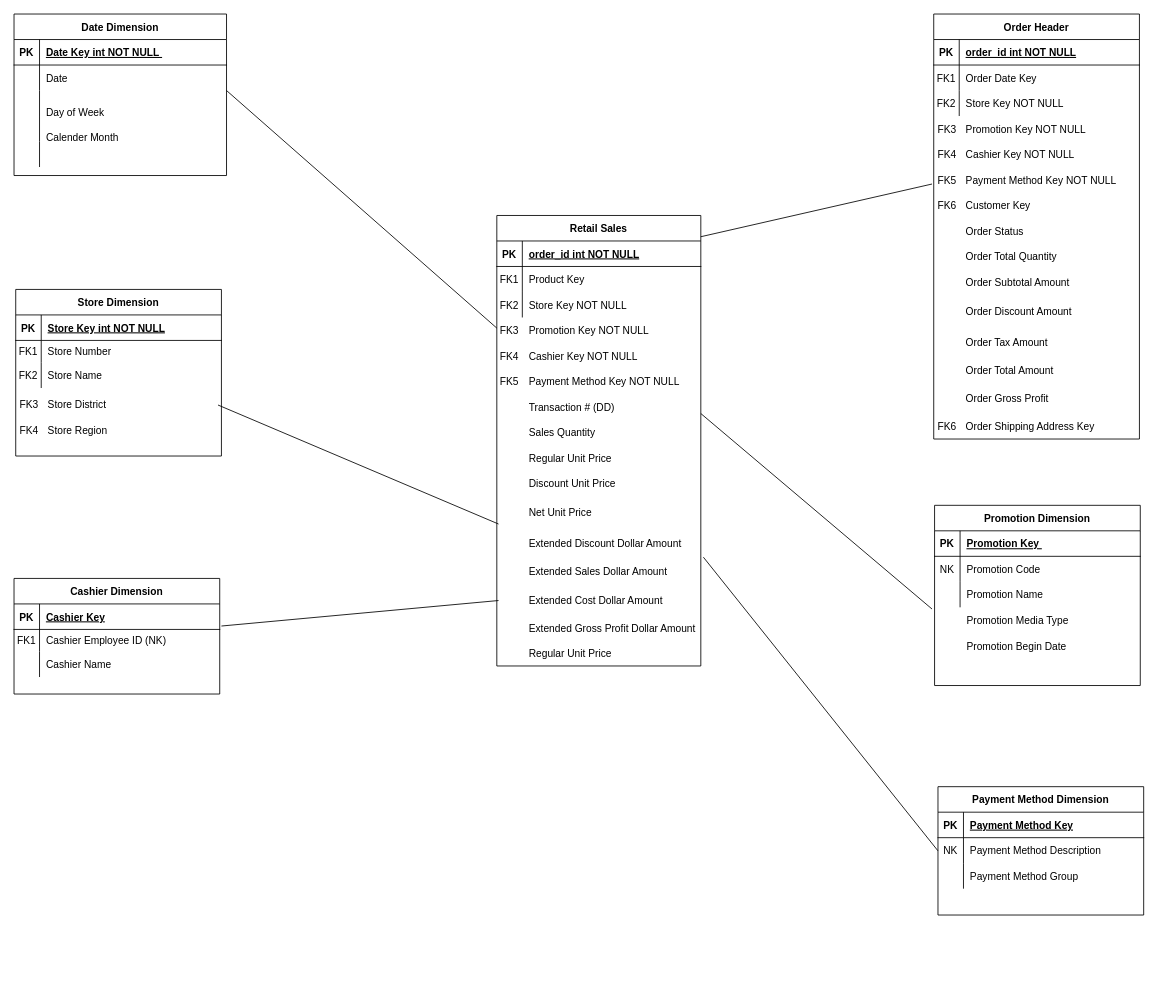
Above: Untitled Diagram.drawio in mannny29/demo (draw.io), before the change. Source tidied: cells renumbered, new cells numbered last; positions are measured from the earlier drawing's top-left corner, leaving out a move shared by most shapes. Both pictures are drawn from the tidied source at 85%, with x=0, y=0 at pixel (14, 14).
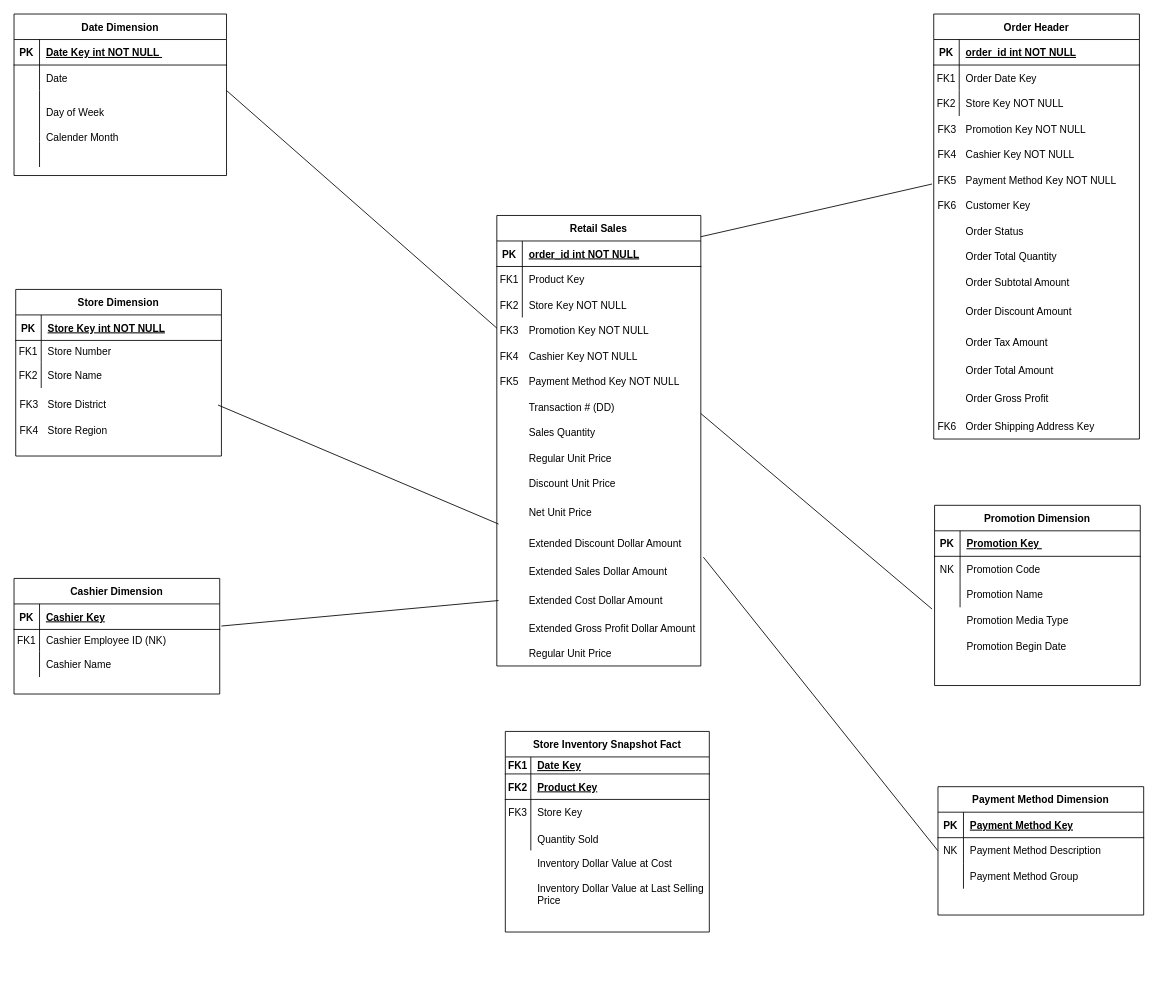
The same page after the edit.

What changed in the source:
```diff
@@
+    <mxCell id="139" value="Store Inventory Snapshot Fact" style="shape=table;startSize=30;childLayout=tableLayout;rowLines=0;fontStyle=1;align=center;" parent="1" vertex="1">
+      <mxGeometry x="578" y="844" width="240" height="236" as="geometry" />
+    </mxCell>
+    <mxCell id="140" style="shape=partialRectangle;fillColor=none;top=0;left=0;right=0;bottom=1;" parent="139" vertex="1">
+      <mxGeometry y="30" width="240" height="20" as="geometry" />
+    </mxCell>
+    <mxCell id="141" value="FK1" style="shape=partialRectangle;overflow=hidden;fillColor=none;top=0;left=0;bottom=0;right=0;fontStyle=1;" parent="140" vertex="1">
+      <mxGeometry width="30" height="20" as="geometry" />
+    </mxCell>
+    <mxCell id="142" value="Date Key" style="shape=partialRectangle;overflow=hidden;fillColor=none;top=0;left=0;bottom=0;right=0;align=left;spacingLeft=6;fontStyle=5;" parent="140" vertex="1">
+      <mxGeometry x="30" width="210" height="20" as="geometry" />
+    </mxCell>
+    <mxCell id="143" style="shape=partialRectangle;fillColor=none;top=0;left=0;right=0;bottom=1;" parent="139" vertex="1">
+      <mxGeometry y="50" width="240" height="30" as="geometry" />
+    </mxCell>
+    <mxCell id="144" value="FK2" style="shape=partialRectangle;overflow=hidden;fillColor=none;top=0;left=0;bottom=0;right=0;fontStyle=1;" parent="143" vertex="1">
+      <mxGeometry width="30" height="30" as="geometry" />
+    </mxCell>
+    <mxCell id="145" value="Product Key" style="shape=partialRectangle;overflow=hidden;fillColor=none;top=0;left=0;bottom=0;right=0;align=left;spacingLeft=6;fontStyle=5;" parent="143" vertex="1">
+      <mxGeometry x="30" width="210" height="30" as="geometry" />
+    </mxCell>
+    <mxCell id="146" style="shape=partialRectangle;fillColor=none;top=0;left=0;right=0;bottom=0;" parent="139" vertex="1">
+      <mxGeometry y="80" width="240" height="30" as="geometry" />
+    </mxCell>
+    <mxCell id="147" value="FK3" style="shape=partialRectangle;overflow=hidden;fillColor=none;top=0;left=0;bottom=0;right=0;" parent="146" vertex="1">
+      <mxGeometry width="30" height="30" as="geometry" />
+    </mxCell>
+    <mxCell id="148" value="Store Key" style="shape=partialRectangle;overflow=hidden;fillColor=none;top=0;left=0;bottom=0;right=0;align=left;spacingLeft=6;" parent="146" vertex="1">
+      <mxGeometry x="30" width="210" height="30" as="geometry" />
+    </mxCell>
+    <mxCell id="149" style="shape=partialRectangle;fillColor=none;top=0;left=0;right=0;bottom=0;" parent="139" vertex="1">
+      <mxGeometry y="110" width="240" height="30" as="geometry" />
+    </mxCell>
+    <mxCell id="150" style="shape=partialRectangle;overflow=hidden;fillColor=none;top=0;left=0;bottom=0;right=0;" parent="149" vertex="1">
+      <mxGeometry width="30" height="30" as="geometry" />
+    </mxCell>
+    <mxCell id="151" style="shape=partialRectangle;overflow=hidden;fillColor=none;top=0;left=0;bottom=0;right=0;align=left;spacingLeft=6;" parent="149" vertex="1">
+      <mxGeometry x="30" width="210" height="30" as="geometry" />
+    </mxCell>
+    <mxCell id="152" value="Quantity Sold" style="shape=partialRectangle;overflow=hidden;fillColor=none;top=0;left=0;bottom=0;right=0;align=left;spacingLeft=6;" parent="1" vertex="1">
+      <mxGeometry x="608" y="956" width="220" height="30" as="geometry" />
+    </mxCell>
+    <mxCell id="153" style="shape=partialRectangle;overflow=hidden;fillColor=none;top=0;left=0;bottom=0;right=0;" parent="1" vertex="1">
+      <mxGeometry x="578" y="1054" width="30" height="30" as="geometry" />
+    </mxCell>
+    <mxCell id="154" style="shape=partialRectangle;overflow=hidden;fillColor=none;top=0;left=0;bottom=0;right=0;" parent="1" vertex="1">
+      <mxGeometry x="578" y="1084" width="30" height="30" as="geometry" />
+    </mxCell>
+    <mxCell id="155" style="shape=partialRectangle;overflow=hidden;fillColor=none;top=0;left=0;bottom=0;right=0;" parent="1" vertex="1">
+      <mxGeometry x="578" y="1114" width="30" height="30" as="geometry" />
+    </mxCell>
+    <mxCell id="156" value="Inventory Dollar Value at Cost" style="shape=partialRectangle;overflow=hidden;fillColor=none;top=0;left=0;bottom=0;right=0;align=left;spacingLeft=6;" parent="1" vertex="1">
+      <mxGeometry x="608" y="984" width="220" height="30" as="geometry" />
+    </mxCell>
+    <mxCell id="157" value="Inventory Dollar Value at Last Selling &#10;Price" style="shape=partialRectangle;overflow=hidden;fillColor=none;top=0;left=0;bottom=0;right=0;align=left;spacingLeft=6;" parent="1" vertex="1">
+      <mxGeometry x="608" y="1011" width="220" height="49" as="geometry" />
+    </mxCell>
```
